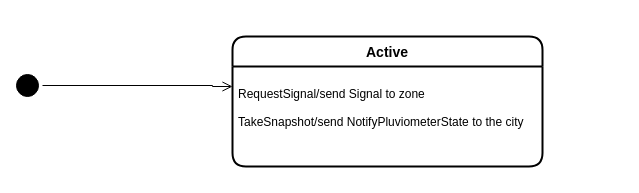
jahrim/pcd-assignment-03 keeps this draw.io diagram as doc/resources/diagrams/PluviometerActorStateDiagram.drawio. Above is the earlier version. Source tidied: cells renumbered, new cells numbered last; positions are measured from the earlier drawing's top-left corner, leaving out a move shared by most shapes. Both pictures are drawn from the tidied source at 100%, with x=0, y=0 at pixel (12, 36).
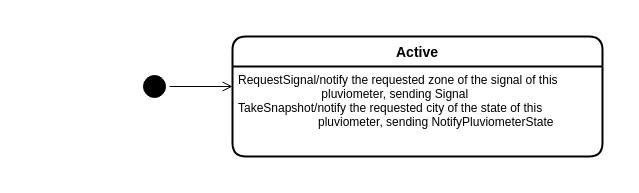
Above is the later version.

Diff of the diagram source:
```diff
@@
 <mxGraphModel>
   <root>
     <mxCell id="0" />
     <mxCell id="1" parent="0" />
+    <mxCell id="6" style="rounded=0;whiteSpace=wrap;html=1;strokeColor=none;" parent="1" vertex="1">
+      <mxGeometry x="120" y="-20" width="490" height="160" as="geometry" />
+    </mxCell>
     <mxCell id="2" value="Active" style="swimlane;horizontal=1;startSize=30;rounded=1;fontSize=14;fontStyle=1;strokeWidth=2;shadow=0;dashed=0;align=center;" parent="1" vertex="1">
-      <mxGeometry x="220" width="310" height="130" as="geometry" />
+      <mxGeometry x="220" width="370" height="120" as="geometry" />
     </mxCell>
-    <mxCell id="3" value="&#10;RequestSignal/send Signal to zone &#10;&#10;TakeSnapshot/send NotifyPluviometerState to the city&#10;" style="align=left;strokeColor=none;fillColor=none;spacingLeft=4;fontSize=12;verticalAlign=top;" parent="2" vertex="1">
-      <mxGeometry y="30" width="310" height="100" as="geometry" />
+    <mxCell id="3" value="RequestSignal/notify the requested zone of the signal of this &#10;                         pluviometer, sending Signal &#10;TakeSnapshot/notify the requested city of the state of this &#10;                        pluviometer, sending NotifyPluviometerState" style="align=left;strokeColor=none;fillColor=none;spacingLeft=4;fontSize=12;verticalAlign=top;" parent="2" vertex="1">
+      <mxGeometry y="30" width="370" height="90" as="geometry" />
     </mxCell>
     <mxCell id="4" style="ellipse;html=1;shape=startState;fillColor=#000000;strokeColor=#000000;" parent="1" vertex="1">
-      <mxGeometry y="34" width="30" height="30" as="geometry" />
+      <mxGeometry x="127" y="35" width="30" height="30" as="geometry" />
     </mxCell>
-    <mxCell id="5" style="edgeStyle=orthogonalEdgeStyle;html=1;verticalAlign=bottom;endArrow=open;endSize=8;strokeColor=#000000;rounded=0;" parent="1" edge="1" source="4">
+    <mxCell id="5" style="html=1;verticalAlign=bottom;endArrow=open;endSize=8;strokeColor=#000000;rounded=0;" parent="1" edge="1" source="4">
       <mxGeometry relative="1" as="geometry">
         <mxPoint x="220" y="50" as="targetPoint" />
-        <Array as="points">
-          <mxPoint x="200" y="49" />
-          <mxPoint x="200" y="50" />
-        </Array>
       </mxGeometry>
     </mxCell>
   </root>
 </mxGraphModel>
```
